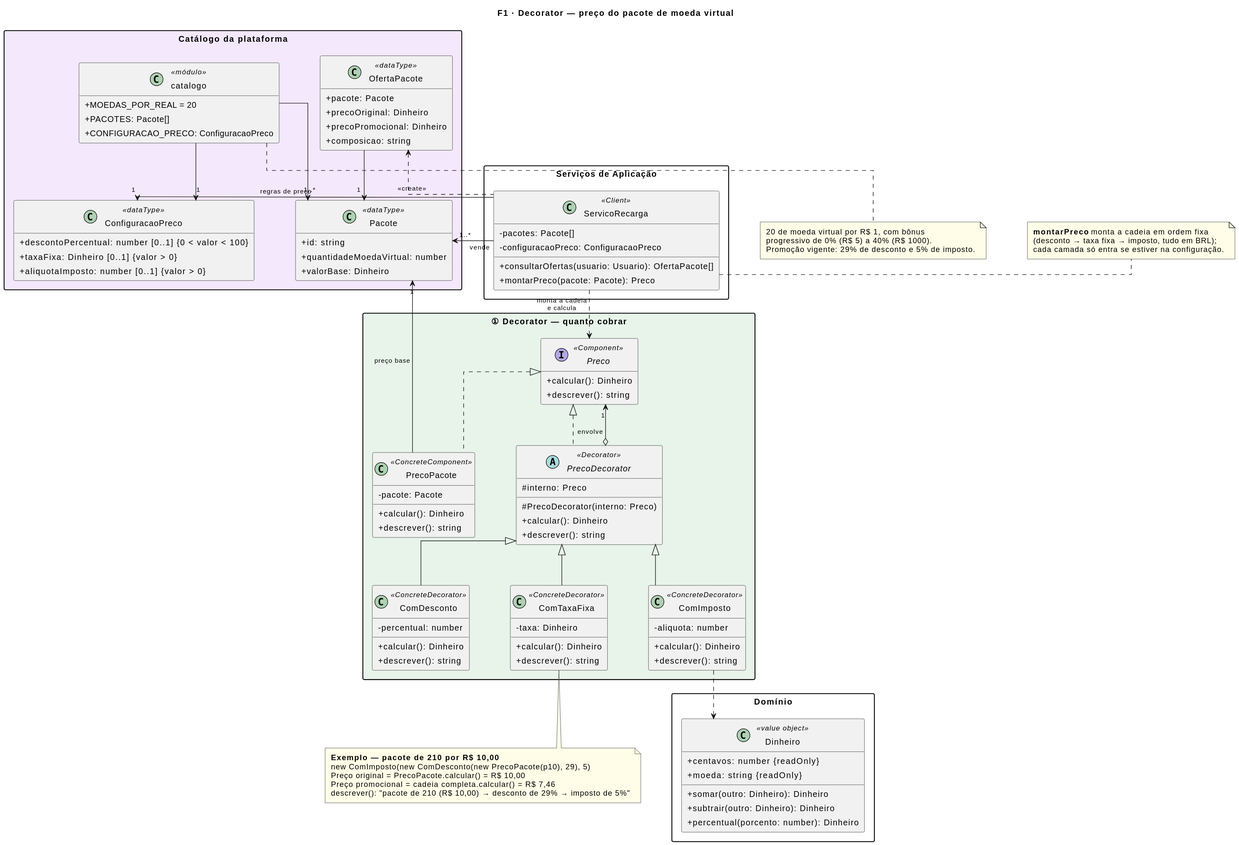
The PlantUML diagram docs/f1-decorator.svg in UnBArqDsw2026-2-Turma01/2026.2-T01-_G6_ProjetoStreamingVideo_SubEquipe02_Codigo, before a commit.
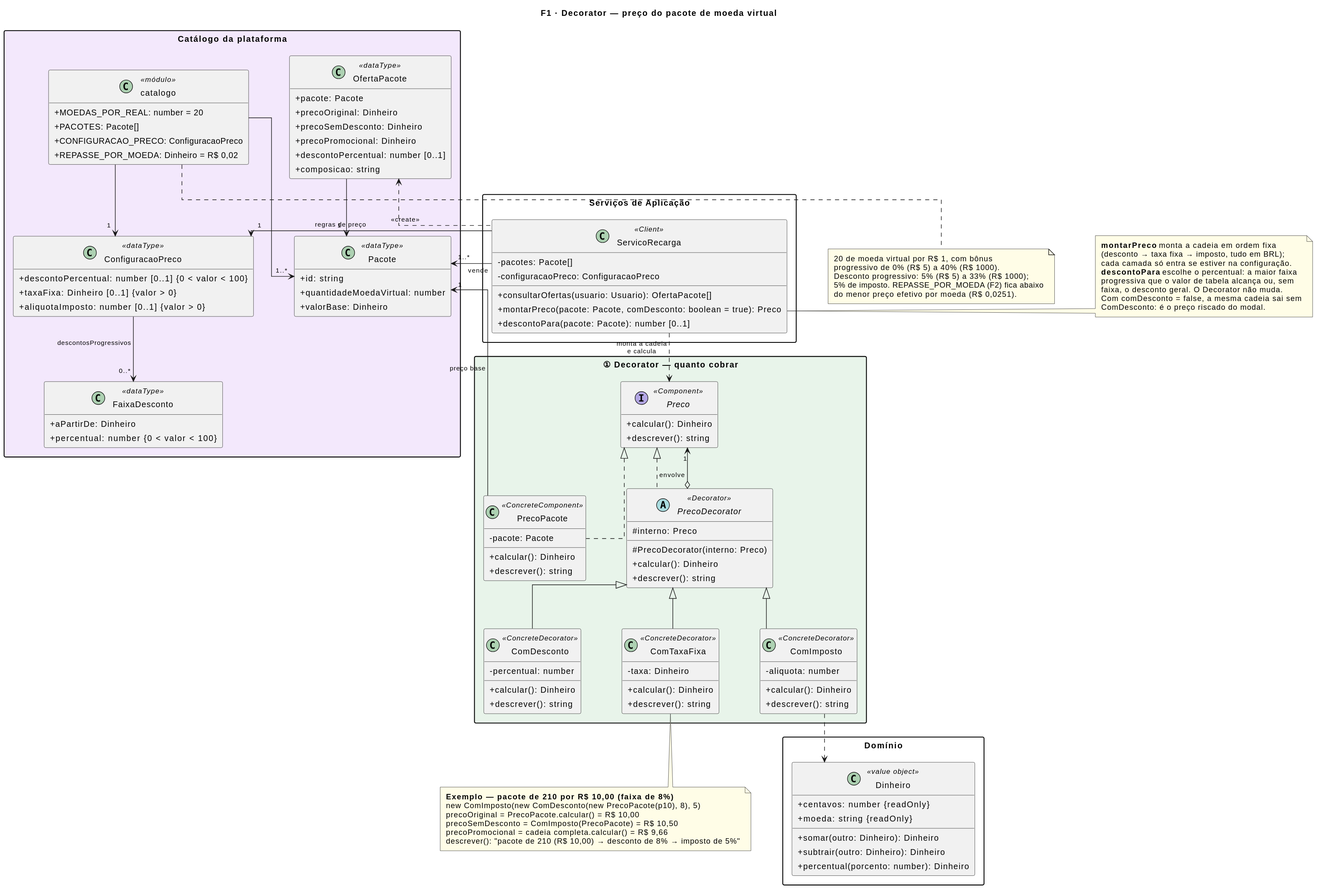
Later version of the same file.

What changed in the source:
```diff
@@ -18,15 +18,17 @@
     -pacotes: Pacote[]
     -configuracaoPreco: ConfiguracaoPreco
     +consultarOfertas(usuario: Usuario): OfertaPacote[]
-    +montarPreco(pacote: Pacote): Preco
+    +montarPreco(pacote: Pacote, comDesconto: boolean = true): Preco
+    +descontoPara(pacote: Pacote): number [0..1]
   }
 }
 
 package "Catálogo da plataforma" #F3E8FC {
   class catalogo <<módulo>> {
-    +MOEDAS_POR_REAL = 20
+    +MOEDAS_POR_REAL: number = 20
     +PACOTES: Pacote[]
     +CONFIGURACAO_PRECO: ConfiguracaoPreco
+    +REPASSE_POR_MOEDA: Dinheiro = R$ 0,02
   }
   class Pacote <<dataType>> {
     +id: string
@@ -38,10 +40,16 @@
     +taxaFixa: Dinheiro [0..1] {valor > 0}
     +aliquotaImposto: number [0..1] {valor > 0}
   }
+  class FaixaDesconto <<dataType>> {
+    +aPartirDe: Dinheiro
+    +percentual: number {0 < valor < 100}
+  }
   class OfertaPacote <<dataType>> {
     +pacote: Pacote
     +precoOriginal: Dinheiro
+    +precoSemDesconto: Dinheiro
     +precoPromocional: Dinheiro
+    +descontoPercentual: number [0..1]
     +composicao: string
   }
 }
@@ -103,6 +111,7 @@
 ServicoRecarga .left.> OfertaPacote : <<create>>
 catalogo -down-> "1..*" Pacote
 catalogo -down-> "1" ConfiguracaoPreco
+ConfiguracaoPreco -down-> "0..*" FaixaDesconto : descontosProgressivos
 OfertaPacote -down-> "1" Pacote
 ComImposto .down.> Dinheiro
 
@@ -110,19 +119,27 @@
   <b>montarPreco</b> monta a cadeia em ordem fixa
   (desconto → taxa fixa → imposto, tudo em BRL);
   cada camada só entra se estiver na configuração.
+  <b>descontoPara</b> escolhe o percentual: a maior faixa
+  progressiva que o valor de tabela alcança ou, sem
+  faixa, o desconto geral. O Decorator não muda.
+  Com comDesconto = false, a mesma cadeia sai sem
+  ComDesconto: é o preço riscado do modal.
 end note
 
 note bottom of ComTaxaFixa
-  <b>Exemplo — pacote de 210 por R$ 10,00</b>
-  new ComImposto(new ComDesconto(new PrecoPacote(p10), 29), 5)
-  Preço original = PrecoPacote.calcular() = R$ 10,00
-  Preço promocional = cadeia completa.calcular() = R$ 7,46
-  descrever(): "pacote de 210 (R$ 10,00) → desconto de 29% → imposto de 5%"
+  <b>Exemplo — pacote de 210 por R$ 10,00 (faixa de 8%)</b>
+  new ComImposto(new ComDesconto(new PrecoPacote(p10), 8), 5)
+  precoOriginal = PrecoPacote.calcular() = R$ 10,00
+  precoSemDesconto = ComImposto(PrecoPacote) = R$ 10,50
+  precoPromocional = cadeia completa.calcular() = R$ 9,66
+  descrever(): "pacote de 210 (R$ 10,00) → desconto de 8% → imposto de 5%"
 end note
 
 note bottom of catalogo
   20 de moeda virtual por R$ 1, com bônus
   progressivo de 0% (R$ 5) a 40% (R$ 1000).
-  Promoção vigente: 29% de desconto e 5% de imposto.
+  Desconto progressivo: 5% (R$ 5) a 33% (R$ 1000);
+  5% de imposto. REPASSE_POR_MOEDA (F2) fica abaixo
+  do menor preço efetivo por moeda (R$ 0,0251).
 end note
 @enduml
```
